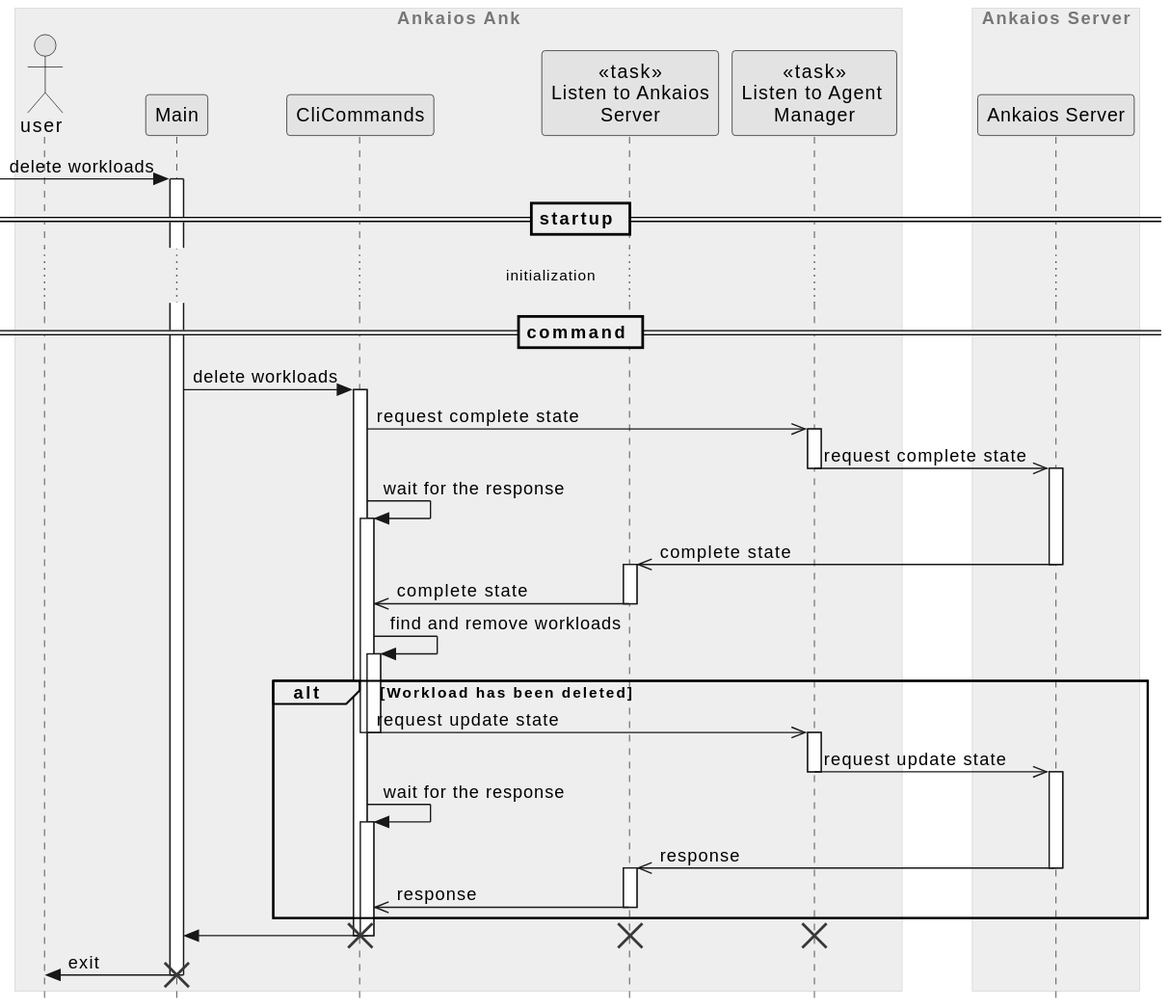
Earlier version of the PlantUML export ank/doc/swdesign/plantuml/seq_delete_workload.svg (eclipse-ankaios/ankaios).
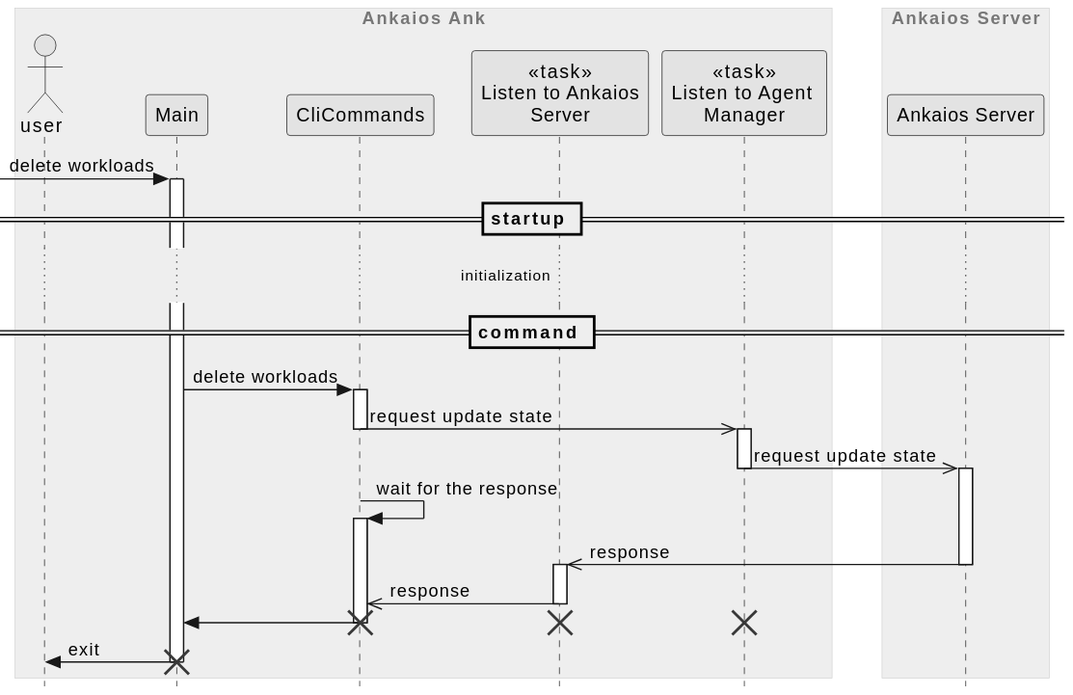
Later version of the same file.

What changed in the source:
```diff
@@ -23,25 +23,15 @@
 
 main -> cli_commands ++ : delete workloads
 
-cli_commands ->> listen_to_manager ++: request complete state
-listen_to_manager ->> server --++ : request complete state
+cli_commands ->> listen_to_manager --++: request update state
+deactivate cli_commands
+listen_to_manager ->> server --++ : request update state
 
 cli_commands -> cli_commands ++: wait for the response
 
-listen_to_server <<- server --++: complete state
-listen_to_server ->> cli_commands --: complete state
-cli_commands -> cli_commands ++: find and remove workloads
+listen_to_server <<- server --++: response
+listen_to_server ->> cli_commands --: response
 
-alt Workload has been deleted
-    cli_commands ->> listen_to_manager --++: request update state
-    deactivate cli_commands
-    listen_to_manager ->> server --++ : request update state
-
-    cli_commands -> cli_commands ++: wait for the response
-
-    listen_to_server <<- server --++: response
-    listen_to_server ->> cli_commands --: response
-end
 main <- cli_commands --
 deactivate cli_commands
 
```
